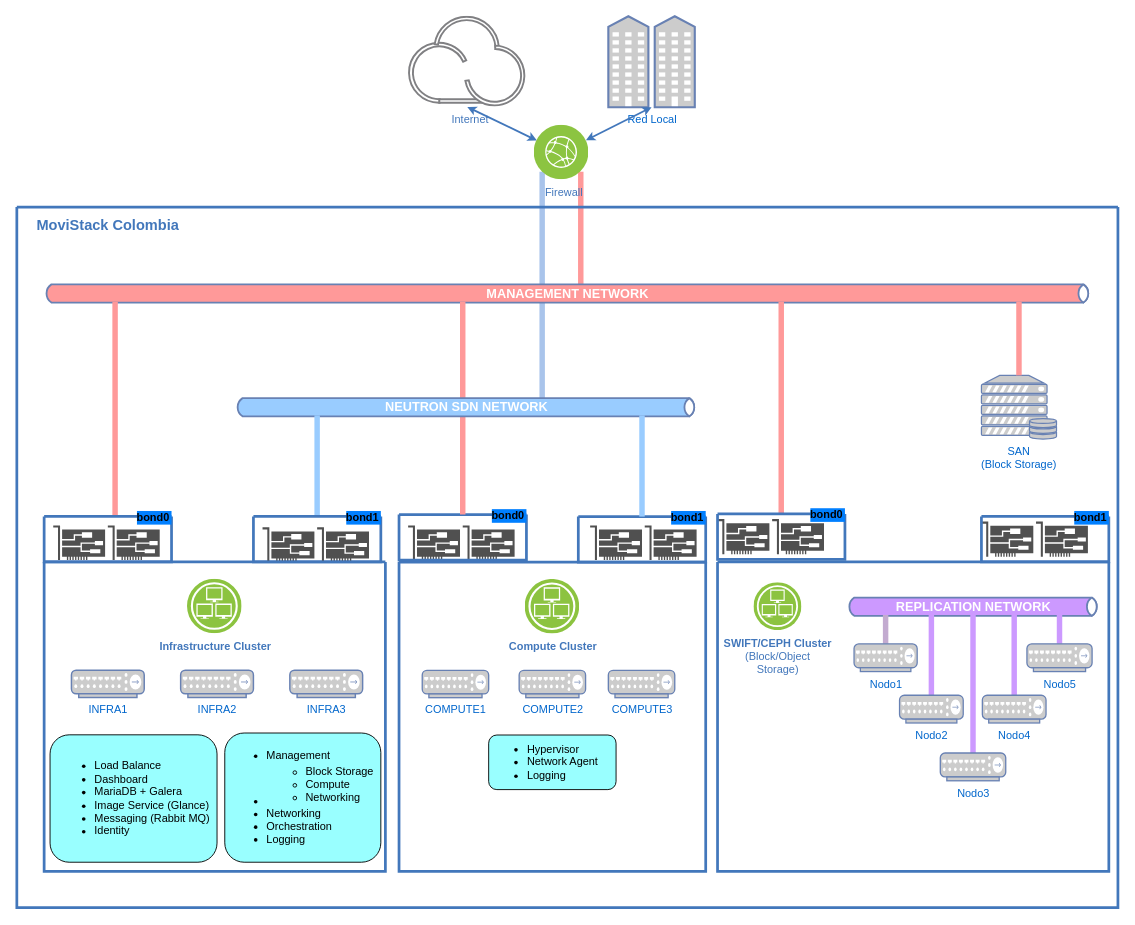
This is MOVISTACK-OpenStack.drawio from Celera/postfix, a draw.io file, before an edit. Source tidied: cells renumbered, new cells numbered last; positions are measured from the earlier drawing's top-left corner, leaving out a move shared by most shapes. Both pictures are drawn from the tidied source at 91%, with x=0, y=0 at pixel (16, 15).
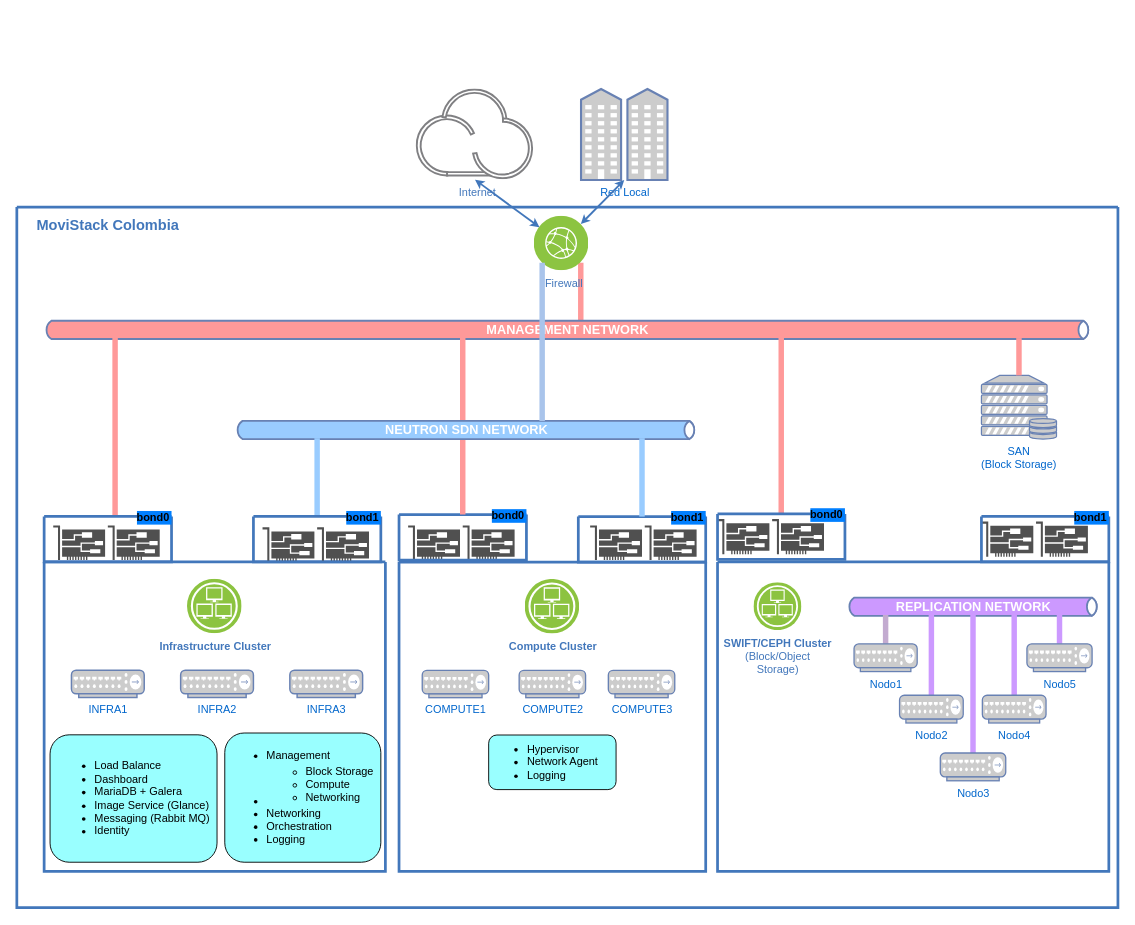
Above is the later version.

The edit, as a diff of the source:
```diff
@@
+    <mxCell id="4" value="d" style="swimlane;shadow=0;strokeColor=#4277BB;fillColor=#ffffff;fontColor=none;align=right;startSize=0;noLabel=1;strokeWidth=3;" parent="1" vertex="1">
+      <mxGeometry y="210" width="1210" height="770" as="geometry" />
+    </mxCell>
-    <mxCell id="2" style="strokeColor=#FF9999;edgeStyle=none;rounded=0;endArrow=none;html=1;strokeWidth=6;exitX=1;exitY=1;exitDx=0;exitDy=0;" parent="1" edge="1" source="71" target="34">
+    <mxCell id="2" style="strokeColor=#FF9999;edgeStyle=none;rounded=0;endArrow=none;html=1;strokeWidth=6;exitX=1;exitY=1;exitDx=0;exitDy=0;" parent="4" edge="1" source="71" target="34">
       <mxGeometry relative="1" as="geometry" />
     </mxCell>
-    <mxCell id="3" style="strokeColor=#A9C4EB;edgeStyle=none;rounded=0;endArrow=none;html=1;strokeWidth=6;exitX=0;exitY=1;exitDx=0;exitDy=0;" parent="1" edge="1" source="71" target="38">
-      <mxGeometry relative="1" as="geometry" />
-    </mxCell>
-    <mxCell id="4" value="d" style="swimlane;shadow=0;strokeColor=#4277BB;fillColor=#ffffff;fontColor=none;align=right;startSize=0;noLabel=1;strokeWidth=3;" parent="1" vertex="1">
-      <mxGeometry y="210" width="1210" height="770" as="geometry" />
-    </mxCell>
@@
     <mxCell id="34" value="&lt;font style=&quot;font-size: 14px&quot;&gt;&lt;b&gt;MANAGEMENT NETWORK&lt;/b&gt;&lt;/font&gt;" style="html=1;fillColor=#FF9999;strokeColor=#6881B3;gradientColor=none;gradientDirection=north;strokeWidth=2;shape=mxgraph.networks.bus;gradientColor=none;gradientDirection=north;fontColor=#ffffff;perimeter=backbonePerimeter;backboneSize=20;" parent="4" vertex="1">
-      <mxGeometry x="30" y="60" width="1150" height="70" as="geometry" />
+      <mxGeometry x="30" y="100" width="1150" height="70" as="geometry" />
     </mxCell>
@@
     <mxCell id="38" value="&lt;b&gt;&lt;font style=&quot;font-size: 14px&quot;&gt;NEUTRON SDN NETWORK&lt;/font&gt;&lt;/b&gt;" style="html=1;fillColor=#99CCFF;strokeColor=#6881B3;gradientColor=none;gradientDirection=north;strokeWidth=2;shape=mxgraph.networks.bus;gradientColor=none;gradientDirection=north;fontColor=#ffffff;perimeter=backbonePerimeter;backboneSize=20;" parent="4" vertex="1">
-      <mxGeometry x="240" y="210" width="507" height="20" as="geometry" />
+      <mxGeometry x="240" y="235" width="507" height="20" as="geometry" />
     </mxCell>
@@
+    <mxCell id="71" value="Firewall" style="perimeter=ellipsePerimeter;html=1;align=center;shadow=0;image;image=img/lib/ibm/infrastructure/edge_services.svg;labelBackgroundColor=none;strokeColor=none;strokeWidth=2;fillColor=#808080;gradientColor=none;fontSize=12;fontColor=#4277BB;rounded=0;verticalAlign=top;spacingLeft=5;" parent="4" vertex="1">
+      <mxGeometry x="568.5" y="10" width="60" height="60" as="geometry" />
+    </mxCell>
+    <mxCell id="3" style="strokeColor=#A9C4EB;edgeStyle=none;rounded=0;endArrow=none;html=1;strokeWidth=6;exitX=0;exitY=1;exitDx=0;exitDy=0;" parent="4" edge="1" source="71" target="38">
+      <mxGeometry relative="1" as="geometry" />
+    </mxCell>
     <mxCell id="67" value="&lt;div&gt;Internet&lt;/div&gt;&lt;div&gt;&lt;br&gt;&lt;/div&gt;" style="perimeter=ellipsePerimeter;html=1;align=center;shadow=0;image;image=img/lib/ibm/miscellaneous/ibm_public_cloud.svg;labelBackgroundColor=none;strokeColor=none;strokeWidth=2;fillColor=#808080;gradientColor=none;fontSize=12;fontColor=#4277BB;rounded=0;verticalAlign=top;spacingLeft=5;labelPosition=center;verticalLabelPosition=bottom;" parent="1" vertex="1">
-      <mxGeometry x="430" y="0.3" width="130" height="99.7" as="geometry" />
+      <mxGeometry x="438.5" y="80.3" width="130" height="99.7" as="geometry" />
     </mxCell>
     <mxCell id="68" value="Red Local" style="fontColor=#0066CC;verticalAlign=top;verticalLabelPosition=bottom;labelPosition=center;align=center;html=1;outlineConnect=0;fillColor=#CCCCCC;strokeColor=#6881B3;gradientColor=none;gradientDirection=north;strokeWidth=2;shape=mxgraph.networks.community;" parent="1" vertex="1">
-      <mxGeometry x="650" y="0.3" width="95" height="100" as="geometry" />
+      <mxGeometry x="620" y="80.3" width="95" height="100" as="geometry" />
     </mxCell>
@@
-    <mxCell id="71" value="Firewall" style="perimeter=ellipsePerimeter;html=1;align=center;shadow=0;image;image=img/lib/ibm/infrastructure/edge_services.svg;labelBackgroundColor=none;strokeColor=none;strokeWidth=2;fillColor=#808080;gradientColor=none;fontSize=12;fontColor=#4277BB;rounded=0;verticalAlign=top;spacingLeft=5;" parent="1" vertex="1">
-      <mxGeometry x="568.5" y="120" width="60" height="60" as="geometry" />
-    </mxCell>
```
